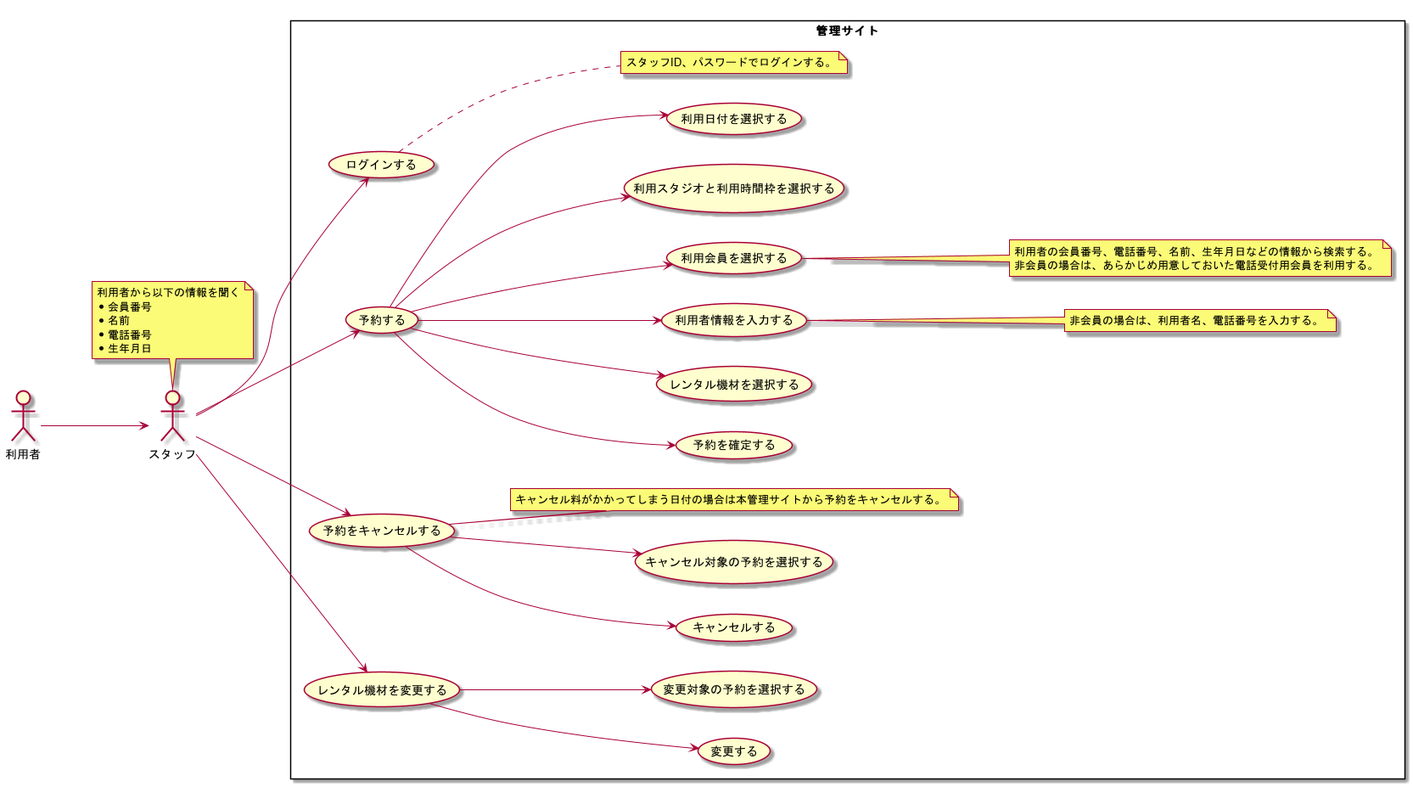
TakashiOnawa/ddd-practice-studio-reservation keeps this PlantUML diagram as modeling/05_Usecase_電話予約/Usecase.png. Above is the earlier version.
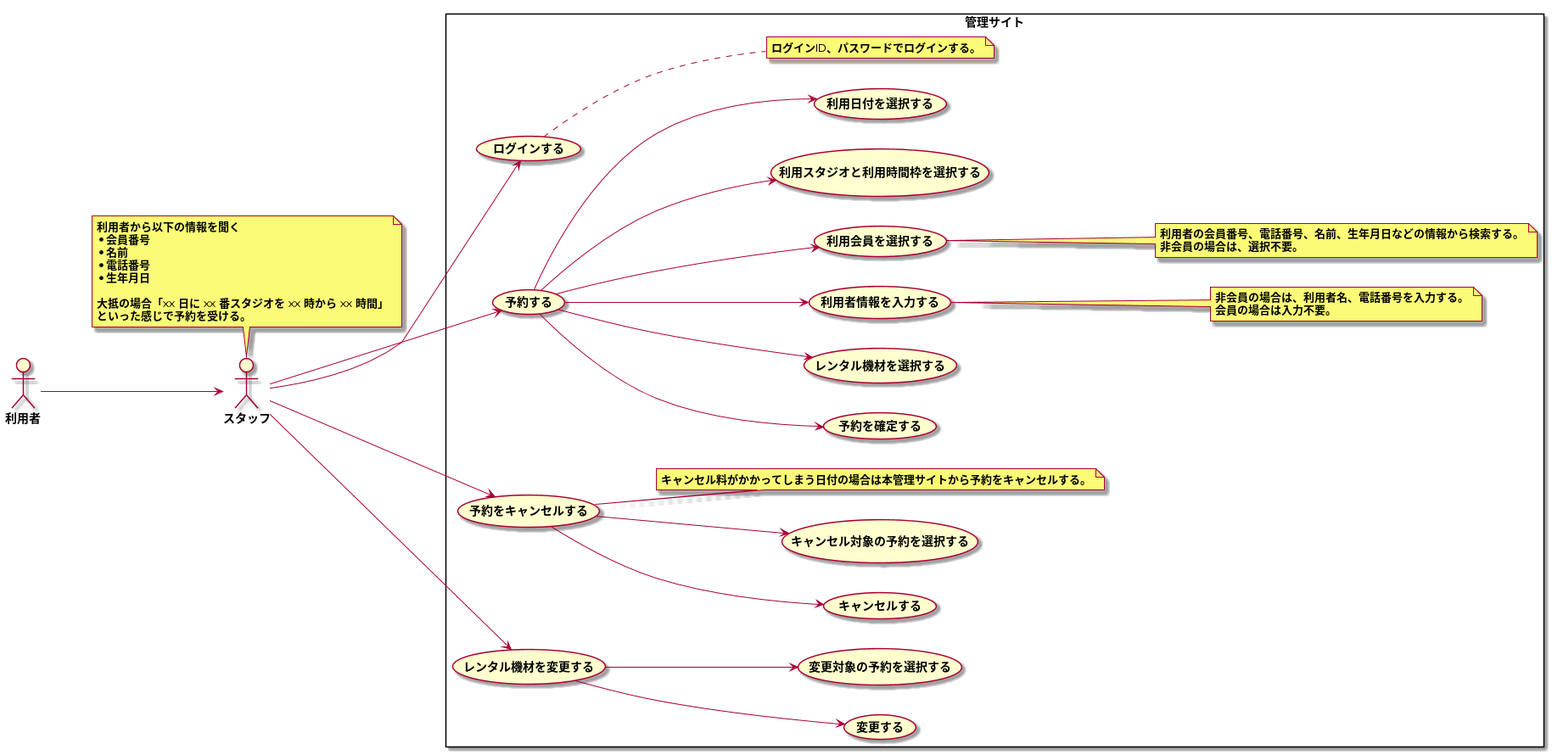
After the change.

The edit, as a diff of the source:
```diff
@@ -13,6 +13,9 @@
 * 名前
 * 電話番号
 * 生年月日
+
+大抵の場合「xx 日に xx 番スタジオを xx 時から xx 時間」
+といった感じで予約を受ける。
 end note
 
 rectangle 管理サイト {
@@ -26,16 +29,17 @@
     (予約する) --> (利用日付を選択する)
 
     note right of (ログインする)
-    スタッフID、パスワードでログインする。
+    ログインID、パスワードでログインする。
     end note
 
     note right of (利用会員を選択する)
     利用者の会員番号、電話番号、名前、生年月日などの情報から検索する。
-    非会員の場合は、あらかじめ用意しておいた電話受付用会員を利用する。
+    非会員の場合は、選択不要。
     end note
 
     note right of (利用者情報を入力する)
     非会員の場合は、利用者名、電話番号を入力する。
+    会員の場合は入力不要。
     end note
 
     スタッフ --> (予約をキャンセルする)
```
